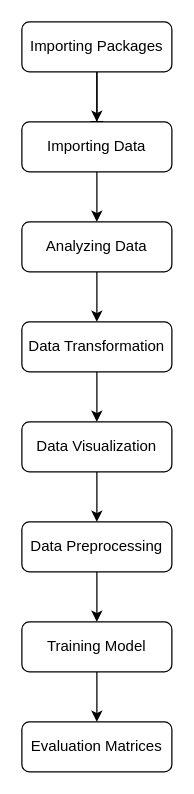
The draw.io diagram Untitled Diagram.drawio in Manvi-Chaudhary/Manvi-Chaudhary, before the edit. Source tidied: cells renumbered, new cells numbered last; positions are measured from the earlier drawing's top-left corner, leaving out a move shared by most shapes. Both pictures are drawn from the tidied source at 125%, with x=0, y=0 at pixel (21, 21).
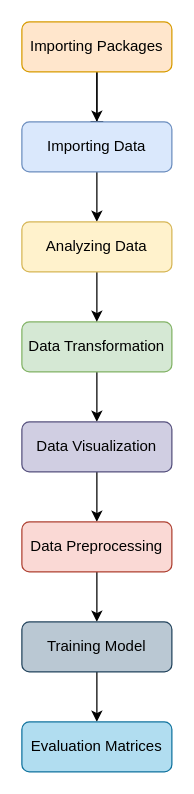
The same diagram, later.

Diff of the diagram source:
```diff
@@
-    <mxCell id="4" value="Importing Packages" style="rounded=1;whiteSpace=wrap;html=1;fontSize=12;glass=0;strokeWidth=1;shadow=0;" parent="1" vertex="1">
+    <mxCell id="4" value="Importing Packages" style="rounded=1;whiteSpace=wrap;html=1;fontSize=12;glass=0;strokeWidth=1;shadow=0;fillColor=#ffe6cc;strokeColor=#d79b00;" parent="1" vertex="1">
       <mxGeometry width="120" height="40" as="geometry" />
     </mxCell>
@@
-    <mxCell id="6" value="Importing Data" style="rounded=1;whiteSpace=wrap;html=1;fontSize=12;glass=0;strokeWidth=1;shadow=0;" parent="1" vertex="1">
+    <mxCell id="6" value="Importing Data" style="rounded=1;whiteSpace=wrap;html=1;fontSize=12;glass=0;strokeWidth=1;shadow=0;fillColor=#dae8fc;strokeColor=#6c8ebf;" parent="1" vertex="1">
       <mxGeometry y="80" width="120" height="40" as="geometry" />
     </mxCell>
@@
-    <mxCell id="8" value="Data Transformation" style="rounded=1;whiteSpace=wrap;html=1;fontSize=12;glass=0;strokeWidth=1;shadow=0;" parent="1" vertex="1">
+    <mxCell id="8" value="Data Transformation" style="rounded=1;whiteSpace=wrap;html=1;fontSize=12;glass=0;strokeWidth=1;shadow=0;fillColor=#d5e8d4;strokeColor=#82b366;" parent="1" vertex="1">
       <mxGeometry y="240" width="120" height="40" as="geometry" />
     </mxCell>
@@
-    <mxCell id="10" value="Analyzing Data" style="rounded=1;whiteSpace=wrap;html=1;fontSize=12;glass=0;strokeWidth=1;shadow=0;" parent="1" vertex="1">
+    <mxCell id="10" value="Analyzing Data" style="rounded=1;whiteSpace=wrap;html=1;fontSize=12;glass=0;strokeWidth=1;shadow=0;fillColor=#fff2cc;strokeColor=#d6b656;" parent="1" vertex="1">
       <mxGeometry y="160" width="120" height="40" as="geometry" />
     </mxCell>
@@
-    <mxCell id="12" value="Data Visualization" style="rounded=1;whiteSpace=wrap;html=1;fontSize=12;glass=0;strokeWidth=1;shadow=0;" parent="1" vertex="1">
+    <mxCell id="12" value="Data Visualization" style="rounded=1;whiteSpace=wrap;html=1;fontSize=12;glass=0;strokeWidth=1;shadow=0;fillColor=#d0cee2;strokeColor=#56517e;" parent="1" vertex="1">
       <mxGeometry y="320" width="120" height="40" as="geometry" />
     </mxCell>
@@
-    <mxCell id="14" value="Data Preprocessing" style="rounded=1;whiteSpace=wrap;html=1;fontSize=12;glass=0;strokeWidth=1;shadow=0;" parent="1" vertex="1">
+    <mxCell id="14" value="Data Preprocessing" style="rounded=1;whiteSpace=wrap;html=1;fontSize=12;glass=0;strokeWidth=1;shadow=0;fillColor=#fad9d5;strokeColor=#ae4132;" parent="1" vertex="1">
       <mxGeometry y="400" width="120" height="40" as="geometry" />
     </mxCell>
@@
-    <mxCell id="16" value="Training Model" style="rounded=1;whiteSpace=wrap;html=1;fontSize=12;glass=0;strokeWidth=1;shadow=0;" parent="1" vertex="1">
+    <mxCell id="16" value="Training Model" style="rounded=1;whiteSpace=wrap;html=1;fontSize=12;glass=0;strokeWidth=1;shadow=0;fillColor=#bac8d3;strokeColor=#23445d;" parent="1" vertex="1">
       <mxGeometry y="480" width="120" height="40" as="geometry" />
     </mxCell>
-    <mxCell id="17" value="Evaluation Matrices" style="rounded=1;whiteSpace=wrap;html=1;fontSize=12;glass=0;strokeWidth=1;shadow=0;" parent="1" vertex="1">
+    <mxCell id="17" value="Evaluation Matrices" style="rounded=1;whiteSpace=wrap;html=1;fontSize=12;glass=0;strokeWidth=1;shadow=0;fillColor=#b1ddf0;strokeColor=#10739e;" parent="1" vertex="1">
       <mxGeometry y="560" width="120" height="40" as="geometry" />
     </mxCell>
```
